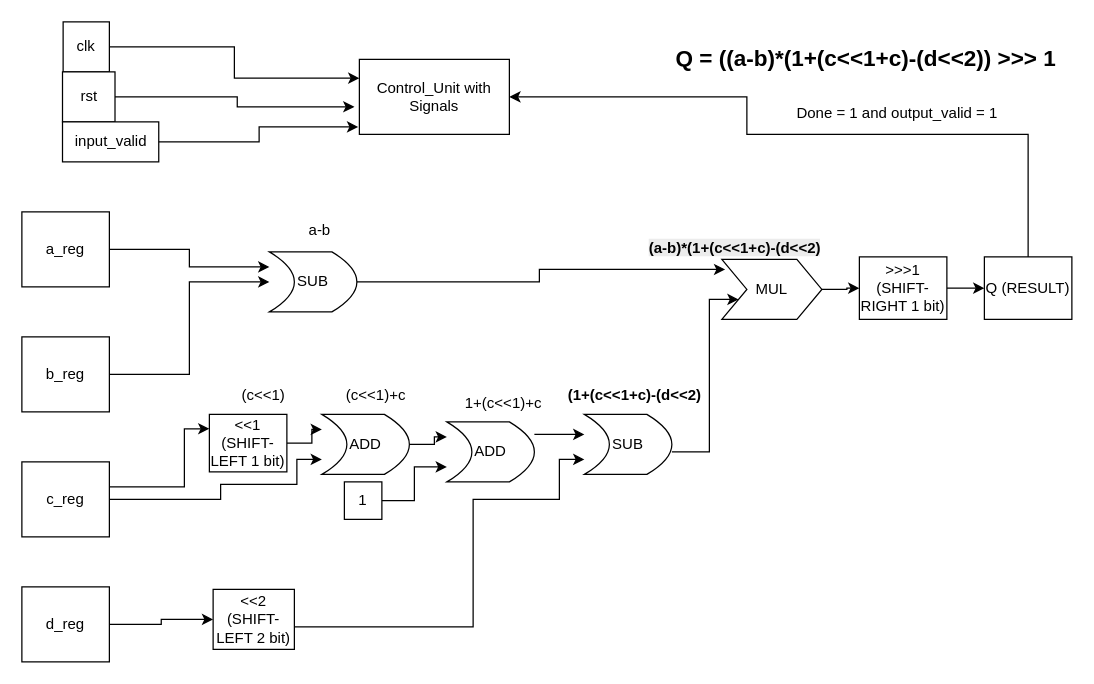
Earlier version of the draw.io diagram Untitled Diagram.drawio (Almas00222/TestYADRO). Source tidied: cells renumbered, new cells numbered last; positions are measured from the earlier drawing's top-left corner, leaving out a move shared by most shapes. Both pictures are drawn from the tidied source at 125%, with x=0, y=0 at pixel (21, 21).
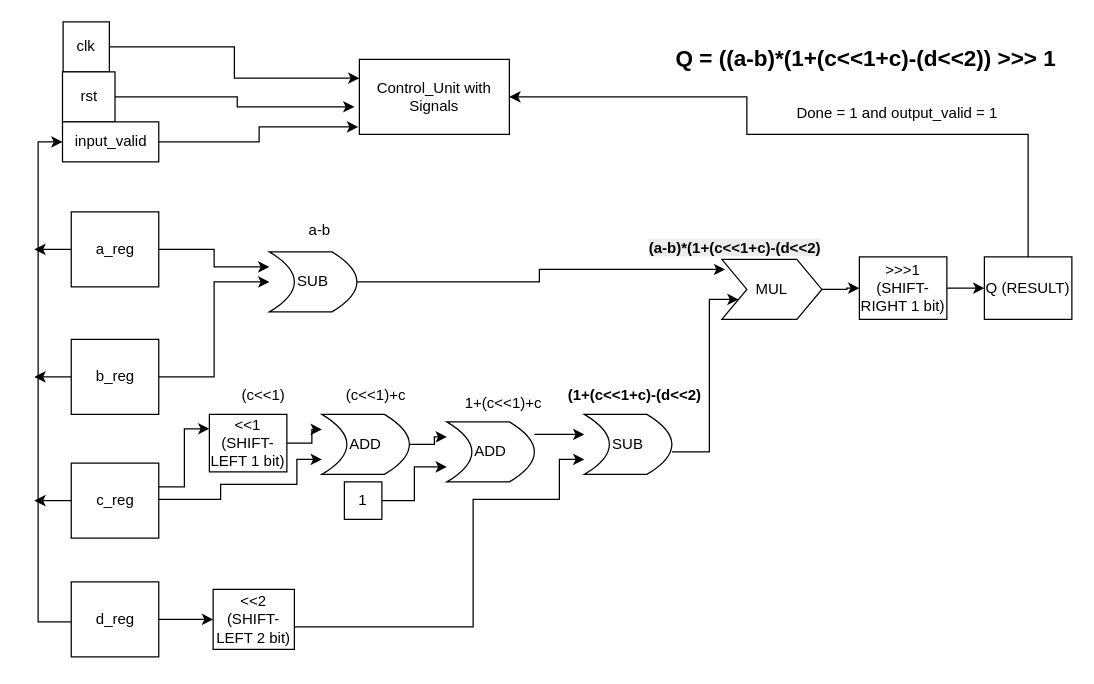
Above is the later version.

Unchanged cells that the change refers to:
```xml
<mxCell id="43" value="input_valid" style="rounded=0;whiteSpace=wrap;html=1;" parent="1" vertex="1">
  <mxGeometry x="32.5" y="80" width="77" height="32" as="geometry" />
</mxCell>
```

Change to the diagram source:
```diff
@@
+    <mxCell id="46" style="edgeStyle=orthogonalEdgeStyle;rounded=0;jettySize=auto;html=1;" parent="1" edge="1" source="4">
+      <mxGeometry relative="1" as="geometry">
+        <mxPoint x="10" y="182" as="targetPoint" />
+      </mxGeometry>
+    </mxCell>
     <mxCell id="4" value="a_reg" style="rounded=0;whiteSpace=wrap;html=1;" parent="1" vertex="1">
-      <mxGeometry y="152" width="70" height="60" as="geometry" />
+      <mxGeometry x="39.5" y="152" width="70" height="60" as="geometry" />
     </mxCell>
@@
+    <mxCell id="47" style="edgeStyle=orthogonalEdgeStyle;rounded=0;jettySize=auto;html=1;" parent="1" edge="1" source="6">
+      <mxGeometry relative="1" as="geometry">
+        <mxPoint x="10" y="284" as="targetPoint" />
+      </mxGeometry>
+    </mxCell>
     <mxCell id="6" value="b_reg" style="rounded=0;whiteSpace=wrap;html=1;" parent="1" vertex="1">
-      <mxGeometry y="252" width="70" height="60" as="geometry" />
+      <mxGeometry x="39.5" y="254" width="70" height="60" as="geometry" />
     </mxCell>
@@
+    <mxCell id="48" style="edgeStyle=orthogonalEdgeStyle;rounded=0;jettySize=auto;html=1;" parent="1" edge="1" source="9">
+      <mxGeometry relative="1" as="geometry">
+        <mxPoint x="10" y="383" as="targetPoint" />
+      </mxGeometry>
+    </mxCell>
     <mxCell id="9" value="c_reg" style="rounded=0;whiteSpace=wrap;html=1;" parent="1" vertex="1">
-      <mxGeometry y="352" width="70" height="60" as="geometry" />
+      <mxGeometry x="39.5" y="353" width="70" height="60" as="geometry" />
     </mxCell>
@@
+    <mxCell id="49" style="edgeStyle=orthogonalEdgeStyle;rounded=0;jettySize=auto;html=1;entryX=0;entryY=0.5;entryDx=0;entryDy=0;" parent="1" edge="1" target="43">
+      <mxGeometry relative="1" as="geometry">
+        <mxPoint x="49.5" y="480" as="sourcePoint" />
+        <Array as="points">
+          <mxPoint x="13" y="480" />
+          <mxPoint x="13" y="96" />
+        </Array>
+      </mxGeometry>
+    </mxCell>
     <mxCell id="11" value="d_reg" style="rounded=0;whiteSpace=wrap;html=1;" parent="1" vertex="1">
-      <mxGeometry y="452" width="70" height="60" as="geometry" />
+      <mxGeometry x="39.5" y="448" width="70" height="60" as="geometry" />
     </mxCell>
```
